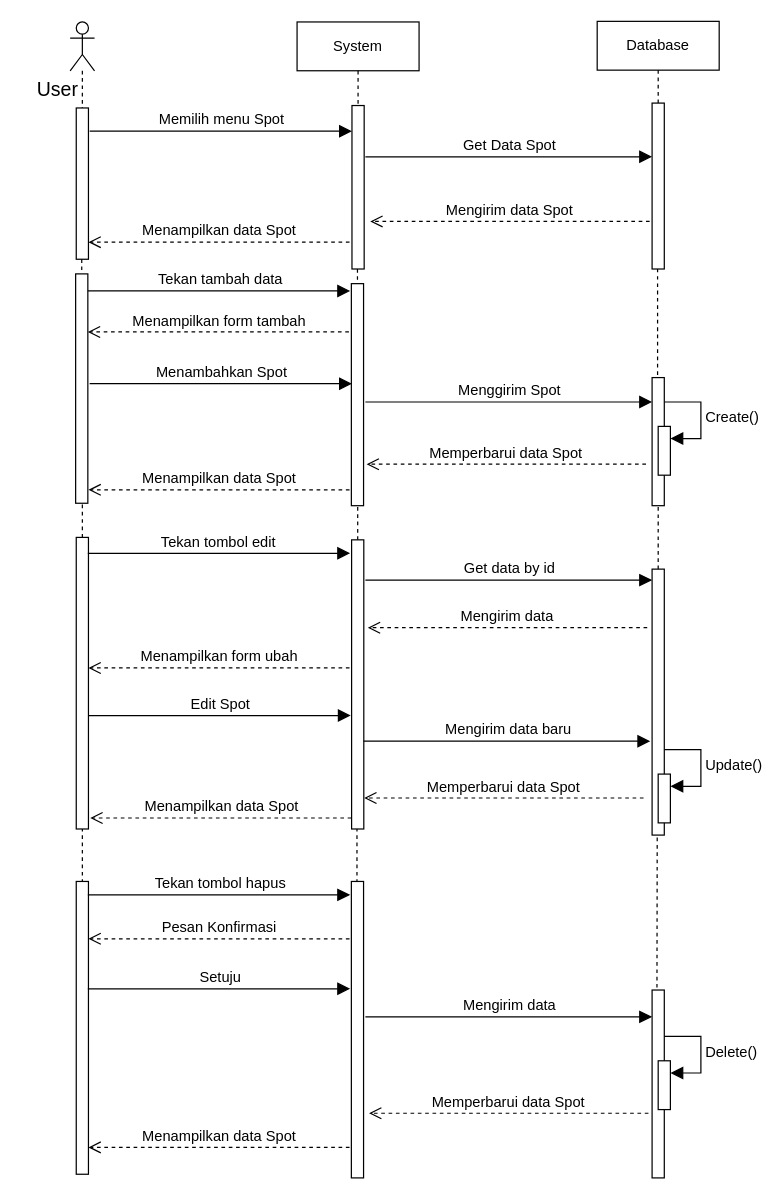
The draw.io diagram page "Kabupaten" (5 of 9) of sequence diagram.drawio in AmirRazer/DrawIoErd, before the edit. Source tidied: cells renumbered, new cells numbered last; positions are measured from the earlier drawing's top-left corner, leaving out a move shared by most shapes. Both pictures are drawn from the tidied source at 122%, with x=0, y=0 at pixel (21, 21).
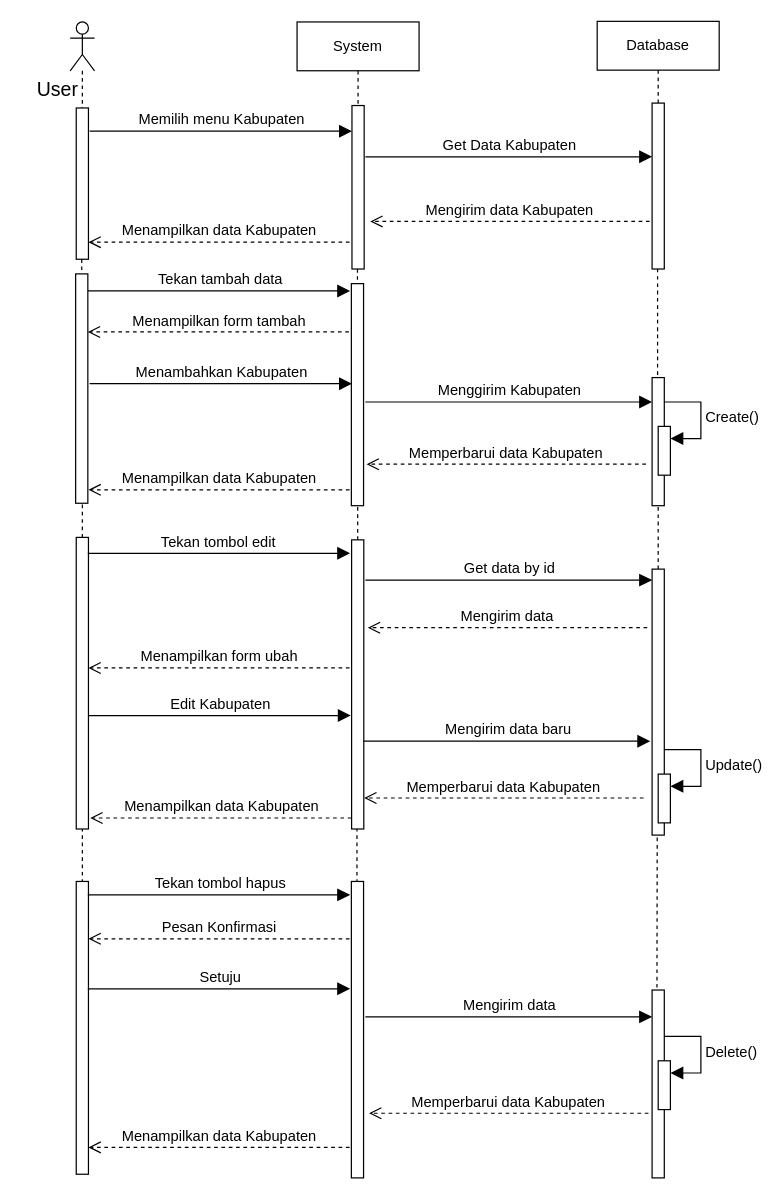
The same page after the edit.

Unchanged cells that the change refers to:
```xml
<mxCell id="5" style="html=1;points=[[0,0,0,0,5],[0,1,0,0,-5],[1,0,0,0,5],[1,1,0,0,-5]];perimeter=orthogonalPerimeter;outlineConnect=0;targetShapes=umlLifeline;portConstraint=eastwest;newEdgeStyle={&quot;curved&quot;:0,&quot;rounded&quot;:0};" parent="1" vertex="1">
  <mxGeometry x="45" y="71" width="10" height="124" as="geometry" />
</mxCell>
<mxCell id="7" style="html=1;points=[[0,0,0,0,5],[0,1,0,0,-5],[1,0,0,0,5],[1,1,0,0,-5]];perimeter=orthogonalPerimeter;outlineConnect=0;targetShapes=umlLifeline;portConstraint=eastwest;newEdgeStyle={&quot;curved&quot;:0,&quot;rounded&quot;:0};" parent="1" vertex="1">
  <mxGeometry x="271" y="69" width="10" height="134" as="geometry" />
</mxCell>
<mxCell id="8" style="html=1;points=[[0,0,0,0,5],[0,1,0,0,-5],[1,0,0,0,5],[1,1,0,0,-5]];perimeter=orthogonalPerimeter;outlineConnect=0;targetShapes=umlLifeline;portConstraint=eastwest;newEdgeStyle={&quot;curved&quot;:0,&quot;rounded&quot;:0};" parent="1" vertex="1">
  <mxGeometry x="517" y="67" width="10" height="136" as="geometry" />
</mxCell>
```

Change to the diagram source:
```diff
@@
-    <mxCell id="9" value="Memilih menu Spot" style="html=1;verticalAlign=bottom;endArrow=block;curved=0;rounded=0;fontSize=12;startSize=8;endSize=8;" parent="1" edge="1" target="7">
+    <mxCell id="9" value="Memilih menu Kabupaten" style="html=1;verticalAlign=bottom;endArrow=block;curved=0;rounded=0;fontSize=12;startSize=8;endSize=8;" parent="1" edge="1" target="7">
       <mxGeometry relative="1" as="geometry">
         <mxPoint x="56" y="90" as="sourcePoint" />
       </mxGeometry>
     </mxCell>
-    <mxCell id="10" value="Get Data Spot" style="html=1;verticalAlign=bottom;endArrow=block;curved=0;rounded=0;fontSize=12;startSize=8;endSize=8;" parent="1" edge="1" target="8">
+    <mxCell id="10" value="Get Data Kabupaten" style="html=1;verticalAlign=bottom;endArrow=block;curved=0;rounded=0;fontSize=12;startSize=8;endSize=8;" parent="1" edge="1" target="8">
       <mxGeometry relative="1" as="geometry">
         <mxPoint x="282" y="111" as="sourcePoint" />
       </mxGeometry>
     </mxCell>
-    <mxCell id="11" value="Mengirim data Spot" style="html=1;verticalAlign=bottom;endArrow=open;dashed=1;endSize=8;curved=0;rounded=0;fontSize=12;" parent="1" edge="1">
+    <mxCell id="11" value="Mengirim data Kabupaten" style="html=1;verticalAlign=bottom;endArrow=open;dashed=1;endSize=8;curved=0;rounded=0;fontSize=12;" parent="1" edge="1">
       <mxGeometry relative="1" as="geometry">
         <mxPoint x="515" y="164" as="sourcePoint" />
         <mxPoint x="286" y="164" as="targetPoint" />
       </mxGeometry>
     </mxCell>
@@
-    <mxCell id="13" value="Menampilkan data Spot" style="html=1;verticalAlign=bottom;endArrow=open;dashed=1;endSize=8;curved=0;rounded=0;fontSize=12;" parent="1" edge="1" target="5">
+    <mxCell id="13" value="Menampilkan data Kabupaten" style="html=1;verticalAlign=bottom;endArrow=open;dashed=1;endSize=8;curved=0;rounded=0;fontSize=12;" parent="1" edge="1" target="5">
       <mxGeometry relative="1" as="geometry">
         <mxPoint x="269" y="181" as="sourcePoint" />
       </mxGeometry>
     </mxCell>
@@
-    <mxCell id="21" value="Menambahkan Spot" style="html=1;verticalAlign=bottom;endArrow=block;curved=0;rounded=0;fontSize=12;startSize=8;endSize=8;" parent="1" edge="1">
+    <mxCell id="21" value="Menambahkan Kabupaten" style="html=1;verticalAlign=bottom;endArrow=block;curved=0;rounded=0;fontSize=12;startSize=8;endSize=8;" parent="1" edge="1">
       <mxGeometry relative="1" as="geometry">
         <mxPoint x="56" y="297" as="sourcePoint" />
         <mxPoint x="271" y="297" as="targetPoint" />
       </mxGeometry>
     </mxCell>
-    <mxCell id="22" value="Menggirim Spot" style="html=1;verticalAlign=bottom;endArrow=block;curved=0;rounded=0;fontSize=12;startSize=8;endSize=8;" parent="1" edge="1">
+    <mxCell id="22" value="Menggirim Kabupaten" style="html=1;verticalAlign=bottom;endArrow=block;curved=0;rounded=0;fontSize=12;startSize=8;endSize=8;" parent="1" edge="1">
       <mxGeometry relative="1" as="geometry">
         <mxPoint x="282" y="312" as="sourcePoint" />
         <mxPoint x="517" y="312" as="targetPoint" />
       </mxGeometry>
     </mxCell>
@@
-    <mxCell id="25" value="Memperbarui data Spot" style="html=1;verticalAlign=bottom;endArrow=open;dashed=1;endSize=8;curved=0;rounded=0;fontSize=12;" parent="1" edge="1">
+    <mxCell id="25" value="Memperbarui data Kabupaten" style="html=1;verticalAlign=bottom;endArrow=open;dashed=1;endSize=8;curved=0;rounded=0;fontSize=12;" parent="1" edge="1">
       <mxGeometry relative="1" as="geometry">
         <mxPoint x="512" y="363" as="sourcePoint" />
         <mxPoint x="283" y="363" as="targetPoint" />
       </mxGeometry>
     </mxCell>
-    <mxCell id="26" value="Menampilkan data Spot" style="html=1;verticalAlign=bottom;endArrow=open;dashed=1;endSize=8;curved=0;rounded=0;fontSize=12;" parent="1" edge="1">
+    <mxCell id="26" value="Menampilkan data Kabupaten" style="html=1;verticalAlign=bottom;endArrow=open;dashed=1;endSize=8;curved=0;rounded=0;fontSize=12;" parent="1" edge="1">
       <mxGeometry relative="1" as="geometry">
         <mxPoint x="269" y="384" as="sourcePoint" />
         <mxPoint x="55" y="384" as="targetPoint" />
       </mxGeometry>
     </mxCell>
@@
-    <mxCell id="38" value="Edit Spot" style="html=1;verticalAlign=bottom;endArrow=block;curved=0;rounded=0;fontSize=12;startSize=8;endSize=8;" parent="1" edge="1">
+    <mxCell id="38" value="Edit Kabupaten" style="html=1;verticalAlign=bottom;endArrow=block;curved=0;rounded=0;fontSize=12;startSize=8;endSize=8;" parent="1" edge="1">
       <mxGeometry relative="1" as="geometry">
         <mxPoint x="55" y="569" as="sourcePoint" />
         <mxPoint x="270" y="569" as="targetPoint" />
       </mxGeometry>
     </mxCell>
@@
-    <mxCell id="42" value="Memperbarui data Spot" style="html=1;verticalAlign=bottom;endArrow=open;dashed=1;endSize=8;curved=0;rounded=0;fontSize=12;" parent="1" edge="1">
+    <mxCell id="42" value="Memperbarui data Kabupaten" style="html=1;verticalAlign=bottom;endArrow=open;dashed=1;endSize=8;curved=0;rounded=0;fontSize=12;" parent="1" edge="1">
       <mxGeometry relative="1" as="geometry">
         <mxPoint x="510" y="636.6" as="sourcePoint" />
         <mxPoint x="281" y="636.6" as="targetPoint" />
       </mxGeometry>
     </mxCell>
-    <mxCell id="43" value="Menampilkan data Spot" style="html=1;verticalAlign=bottom;endArrow=open;dashed=1;endSize=8;curved=0;rounded=0;fontSize=12;" parent="1" edge="1">
+    <mxCell id="43" value="Menampilkan data Kabupaten" style="html=1;verticalAlign=bottom;endArrow=open;dashed=1;endSize=8;curved=0;rounded=0;fontSize=12;" parent="1" edge="1">
       <mxGeometry relative="1" as="geometry">
         <mxPoint x="270.5" y="653" as="sourcePoint" />
         <mxPoint x="56.5" y="653" as="targetPoint" />
       </mxGeometry>
     </mxCell>
@@
-    <mxCell id="56" value="Memperbarui data Spot" style="html=1;verticalAlign=bottom;endArrow=open;dashed=1;endSize=8;curved=0;rounded=0;fontSize=12;" parent="1" edge="1">
+    <mxCell id="56" value="Memperbarui data Kabupaten" style="html=1;verticalAlign=bottom;endArrow=open;dashed=1;endSize=8;curved=0;rounded=0;fontSize=12;" parent="1" edge="1">
       <mxGeometry relative="1" as="geometry">
         <mxPoint x="514" y="895" as="sourcePoint" />
         <mxPoint x="285" y="895" as="targetPoint" />
       </mxGeometry>
     </mxCell>
-    <mxCell id="57" value="Menampilkan data Spot" style="html=1;verticalAlign=bottom;endArrow=open;dashed=1;endSize=8;curved=0;rounded=0;fontSize=12;" parent="1" edge="1">
+    <mxCell id="57" value="Menampilkan data Kabupaten" style="html=1;verticalAlign=bottom;endArrow=open;dashed=1;endSize=8;curved=0;rounded=0;fontSize=12;" parent="1" edge="1">
       <mxGeometry relative="1" as="geometry">
         <mxPoint x="269" y="923" as="sourcePoint" />
         <mxPoint x="55" y="923" as="targetPoint" />
       </mxGeometry>
     </mxCell>
```
